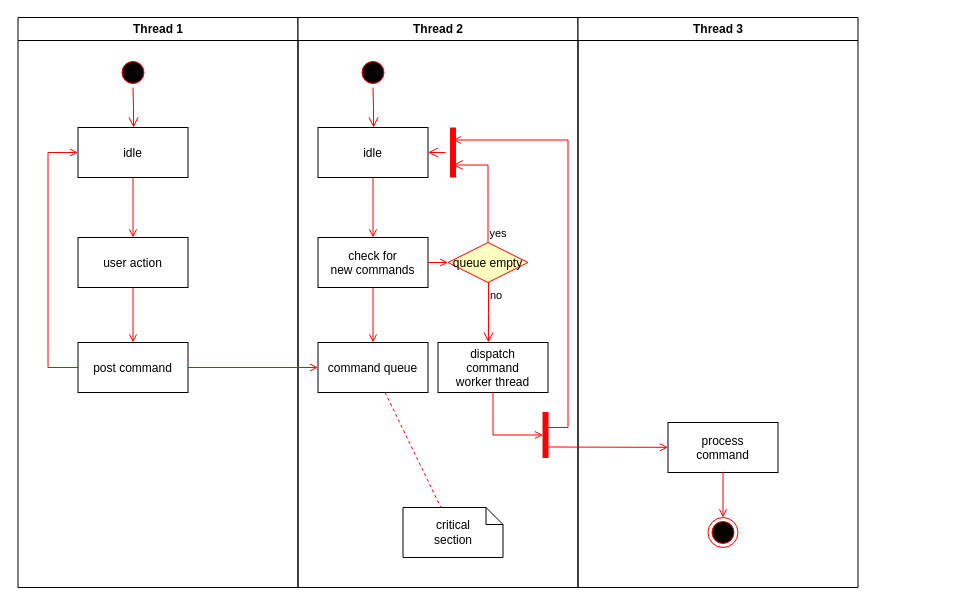
SSeanJJ/sjaeger-ecipriano-Project2-se3103 keeps this draw.io diagram as Untitled Diagram.drawio. Above is the earlier version. Source tidied: cells renumbered, new cells numbered last; positions are measured from the earlier drawing's top-left corner, leaving out a move shared by most shapes. Both pictures are drawn from the tidied source at 100%, with x=0, y=0 at pixel (17, 17).
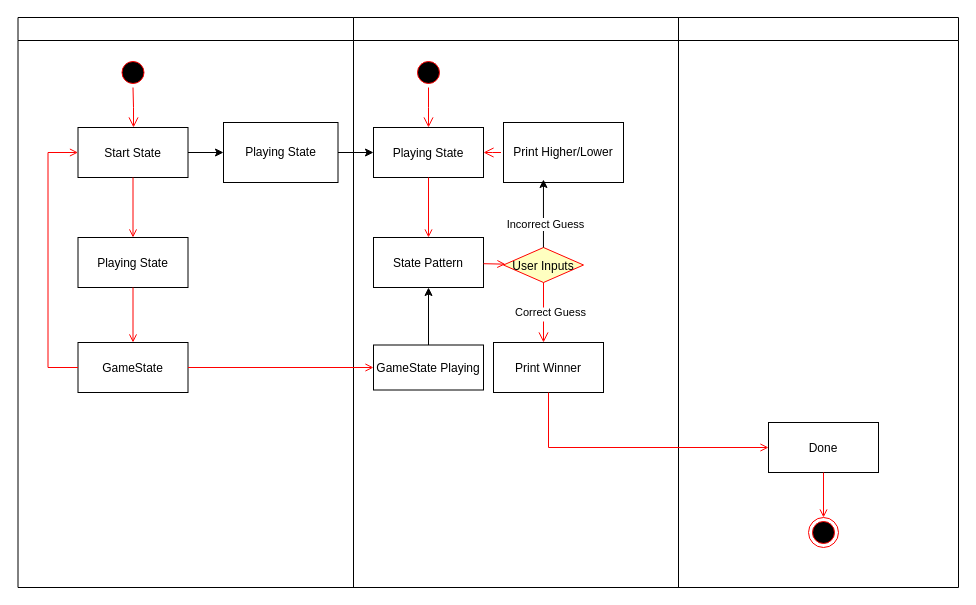
The same diagram, later.

What changed in the source:
```diff
@@
-    <mxCell id="2" value="Thread 1" style="swimlane;whiteSpace=wrap;" parent="1" vertex="1">
-      <mxGeometry x="0.5" width="280" height="570" as="geometry" />
+    <mxCell id="2" style="swimlane;whiteSpace=wrap;" parent="1" vertex="1">
+      <mxGeometry x="0.5" width="660.5" height="570" as="geometry" />
     </mxCell>
@@
+    <mxCell id="37" style="edgeStyle=orthogonalEdgeStyle;rounded=0;jettySize=auto;html=1;" parent="2" edge="1" source="5" target="39">
+      <mxGeometry relative="1" as="geometry" />
+    </mxCell>
-    <mxCell id="5" value="idle" parent="2" vertex="1">
+    <mxCell id="5" value="Start State" parent="2" vertex="1">
       <mxGeometry x="60" y="110" width="110" height="50" as="geometry" />
     </mxCell>
-    <mxCell id="6" value="user action" parent="2" vertex="1">
+    <mxCell id="6" value="Playing State" parent="2" vertex="1">
       <mxGeometry x="60" y="220" width="110" height="50" as="geometry" />
     </mxCell>
@@
-    <mxCell id="8" value="post command" parent="2" vertex="1">
+    <mxCell id="8" value="GameState" parent="2" vertex="1">
       <mxGeometry x="60" y="325" width="110" height="50" as="geometry" />
     </mxCell>
@@
+    <mxCell id="38" style="edgeStyle=orthogonalEdgeStyle;rounded=0;jettySize=auto;html=1;" parent="2" edge="1" source="39" target="14">
+      <mxGeometry relative="1" as="geometry" />
+    </mxCell>
+    <mxCell id="39" value="Playing State" style="whiteSpace=wrap;html=1;" parent="2" vertex="1">
+      <mxGeometry x="205.5" y="105" width="114.5" height="60" as="geometry" />
+    </mxCell>
-    <mxCell id="11" value="Thread 2" style="swimlane;whiteSpace=wrap;" parent="1" vertex="1">
-      <mxGeometry x="280.5" width="280" height="570" as="geometry" />
+    <mxCell id="11" style="swimlane;whiteSpace=wrap;" parent="2" vertex="1">
+      <mxGeometry x="335.5" width="325" height="570" as="geometry" />
     </mxCell>
@@
-    <mxCell id="14" value="idle" parent="11" vertex="1">
+    <mxCell id="14" value="Playing State" parent="11" vertex="1">
       <mxGeometry x="20" y="110" width="110" height="50" as="geometry" />
     </mxCell>
-    <mxCell id="15" value="check for &#10;new commands" parent="11" vertex="1">
+    <mxCell id="15" value="State Pattern" parent="11" vertex="1">
       <mxGeometry x="20" y="220" width="110" height="50" as="geometry" />
     </mxCell>
@@
+    <mxCell id="40" style="edgeStyle=orthogonalEdgeStyle;rounded=0;jettySize=auto;html=1;entryX=0.5;entryY=1;entryDx=0;entryDy=0;" parent="11" edge="1" source="17" target="15">
+      <mxGeometry relative="1" as="geometry" />
+    </mxCell>
-    <mxCell id="17" value="command queue" parent="11" vertex="1">
-      <mxGeometry x="20" y="325" width="110" height="50" as="geometry" />
+    <mxCell id="17" value="GameState Playing" parent="11" vertex="1">
+      <mxGeometry x="20" y="327.5" width="110" height="45" as="geometry" />
     </mxCell>
-    <mxCell id="18" style="endArrow=open;strokeColor=#FF0000;endFill=1;rounded=0;" parent="11" edge="1" source="15" target="17">
-      <mxGeometry relative="1" as="geometry" />
-    </mxCell>
-    <mxCell id="19" value="queue empty" style="rhombus;fillColor=#ffffc0;strokeColor=#ff0000;" parent="11" vertex="1">
-      <mxGeometry x="150" y="225" width="80" height="40" as="geometry" />
+    <mxCell id="19" value="User Inputs" style="rhombus;fillColor=#ffffc0;strokeColor=#ff0000;" parent="11" vertex="1">
+      <mxGeometry x="150" y="230" width="80" height="35" as="geometry" />
     </mxCell>
-    <mxCell id="20" value="yes" style="edgeStyle=elbowEdgeStyle;elbow=horizontal;align=left;verticalAlign=bottom;endArrow=open;endSize=8;strokeColor=#FF0000;exitX=0.5;exitY=0;endFill=1;rounded=0;entryX=0.75;entryY=0.5;entryPerimeter=0;" parent="11" edge="1" source="19" target="23">
-      <mxGeometry x="-1" relative="1" as="geometry">
-        <Array as="points">
-          <mxPoint x="190" y="180" />
-        </Array>
-      </mxGeometry>
-    </mxCell>
-    <mxCell id="21" value="no" style="edgeStyle=elbowEdgeStyle;elbow=horizontal;align=left;verticalAlign=top;endArrow=open;endSize=8;strokeColor=#FF0000;endFill=1;rounded=0;" parent="11" edge="1" source="19" target="25">
-      <mxGeometry x="-1" relative="1" as="geometry" />
+    <mxCell id="21" value="Correct Guess" style="edgeStyle=elbowEdgeStyle;elbow=horizontal;align=left;verticalAlign=top;endArrow=open;endSize=8;strokeColor=#FF0000;endFill=1;rounded=0;" parent="11" edge="1" source="19" target="25">
+      <mxGeometry x="-0.43" y="-30" relative="1" as="geometry" />
     </mxCell>
@@
-    <mxCell id="23" style="shape=line;strokeWidth=6;strokeColor=#ff0000;rotation=90;" parent="11" vertex="1">
-      <mxGeometry x="130" y="127.5" width="50" height="15" as="geometry" />
-    </mxCell>
-    <mxCell id="24" style="edgeStyle=elbowEdgeStyle;elbow=horizontal;verticalAlign=bottom;endArrow=open;endSize=8;strokeColor=#FF0000;endFill=1;rounded=0;" parent="11" edge="1" source="23" target="14">
-      <mxGeometry x="130" y="90" as="geometry" />
+    <mxCell id="24" style="edgeStyle=elbowEdgeStyle;elbow=horizontal;verticalAlign=bottom;endArrow=open;endSize=8;strokeColor=#FF0000;endFill=1;rounded=0;" parent="11" edge="1" target="14">
+      <mxGeometry x="130" y="90" as="geometry">
+        <mxPoint x="147.5" y="135" as="sourcePoint" />
+      </mxGeometry>
     </mxCell>
-    <mxCell id="25" value="dispatch&#10;command&#10;worker thread" parent="11" vertex="1">
+    <mxCell id="25" value="Print Winner" parent="11" vertex="1">
       <mxGeometry x="140" y="325" width="110" height="50" as="geometry" />
     </mxCell>
-    <mxCell id="26" value="critical&#10;section" style="shape=note;whiteSpace=wrap;size=17;" parent="11" vertex="1">
-      <mxGeometry x="105" y="490" width="100" height="50" as="geometry" />
-    </mxCell>
-    <mxCell id="27" style="endArrow=none;strokeColor=#FF0000;endFill=0;rounded=0;dashed=1;" parent="11" edge="1" source="17" target="26">
-      <mxGeometry relative="1" as="geometry" />
-    </mxCell>
-    <mxCell id="28" style="whiteSpace=wrap;strokeColor=#FF0000;fillColor=#FF0000;" parent="11" vertex="1">
-      <mxGeometry x="245" y="395" width="5" height="45" as="geometry" />
-    </mxCell>
-    <mxCell id="29" style="edgeStyle=elbowEdgeStyle;elbow=horizontal;entryX=0;entryY=0.5;strokeColor=#FF0000;endArrow=open;endFill=1;rounded=0;" parent="11" edge="1" source="25" target="28">
-      <mxGeometry relative="1" as="geometry">
-        <Array as="points">
-          <mxPoint x="195" y="400" />
-        </Array>
-      </mxGeometry>
-    </mxCell>
+    <mxCell id="41" value="Print Higher/Lower" style="whiteSpace=wrap;html=1;" parent="11" vertex="1">
+      <mxGeometry x="150" y="105" width="120" height="60" as="geometry" />
+    </mxCell>
+    <mxCell id="42" style="edgeStyle=orthogonalEdgeStyle;rounded=0;jettySize=auto;html=1;entryX=0.333;entryY=0.95;entryDx=0;entryDy=0;entryPerimeter=0;" parent="11" edge="1" source="19" target="41">
+      <mxGeometry relative="1" as="geometry" />
+    </mxCell>
+    <mxCell id="43" value="Incorrect Guess" style="edgeLabel;html=1;align=center;verticalAlign=middle;" parent="42" vertex="1">
+      <mxGeometry x="-0.29" y="-2" relative="1" as="geometry" />
+    </mxCell>
+    <mxCell id="36" style="endArrow=open;strokeColor=#FF0000;endFill=1;rounded=0;" parent="2" edge="1" source="8" target="17">
+      <mxGeometry relative="1" as="geometry" />
+    </mxCell>
-    <mxCell id="30" value="Thread 3" style="swimlane;whiteSpace=wrap;" parent="1" vertex="1">
-      <mxGeometry x="560.5" width="280" height="570" as="geometry" />
+    <mxCell id="30" style="swimlane;whiteSpace=wrap;fillColor=none;" parent="1" vertex="1">
+      <mxGeometry x="661" width="280" height="570" as="geometry" />
     </mxCell>
-    <mxCell id="31" value="process&#10;command" parent="30" vertex="1">
+    <mxCell id="31" value="Done" parent="30" vertex="1">
       <mxGeometry x="90" y="405" width="110" height="50" as="geometry" />
     </mxCell>
-    <mxCell id="32" style="edgeStyle=elbowEdgeStyle;elbow=horizontal;strokeColor=#FF0000;endArrow=open;endFill=1;rounded=0;entryX=0.25;entryY=0.5;entryPerimeter=0;" parent="30" edge="1" target="23">
-      <mxGeometry relative="1" as="geometry">
-        <mxPoint x="-30" y="410" as="sourcePoint" />
-        <Array as="points">
-          <mxPoint x="-10" y="135" />
-        </Array>
-      </mxGeometry>
-    </mxCell>
-    <mxCell id="33" style="edgeStyle=none;strokeColor=#FF0000;endArrow=open;endFill=1;rounded=0;" parent="30" edge="1" target="31">
-      <mxGeometry relative="1" as="geometry">
-        <mxPoint x="-30" y="429.5" as="sourcePoint" />
-      </mxGeometry>
-    </mxCell>
@@
-    <mxCell id="36" style="endArrow=open;strokeColor=#FF0000;endFill=1;rounded=0;" parent="1" edge="1" source="8" target="17">
-      <mxGeometry relative="1" as="geometry" />
-    </mxCell>
+    <mxCell id="29" style="edgeStyle=elbowEdgeStyle;elbow=horizontal;strokeColor=#FF0000;endArrow=open;endFill=1;rounded=0;entryX=0;entryY=0.5;entryDx=0;entryDy=0;" parent="1" edge="1" source="25" target="31">
+      <mxGeometry relative="1" as="geometry">
+        <Array as="points">
+          <mxPoint x="531" y="400" />
+        </Array>
+      </mxGeometry>
+    </mxCell>
```
